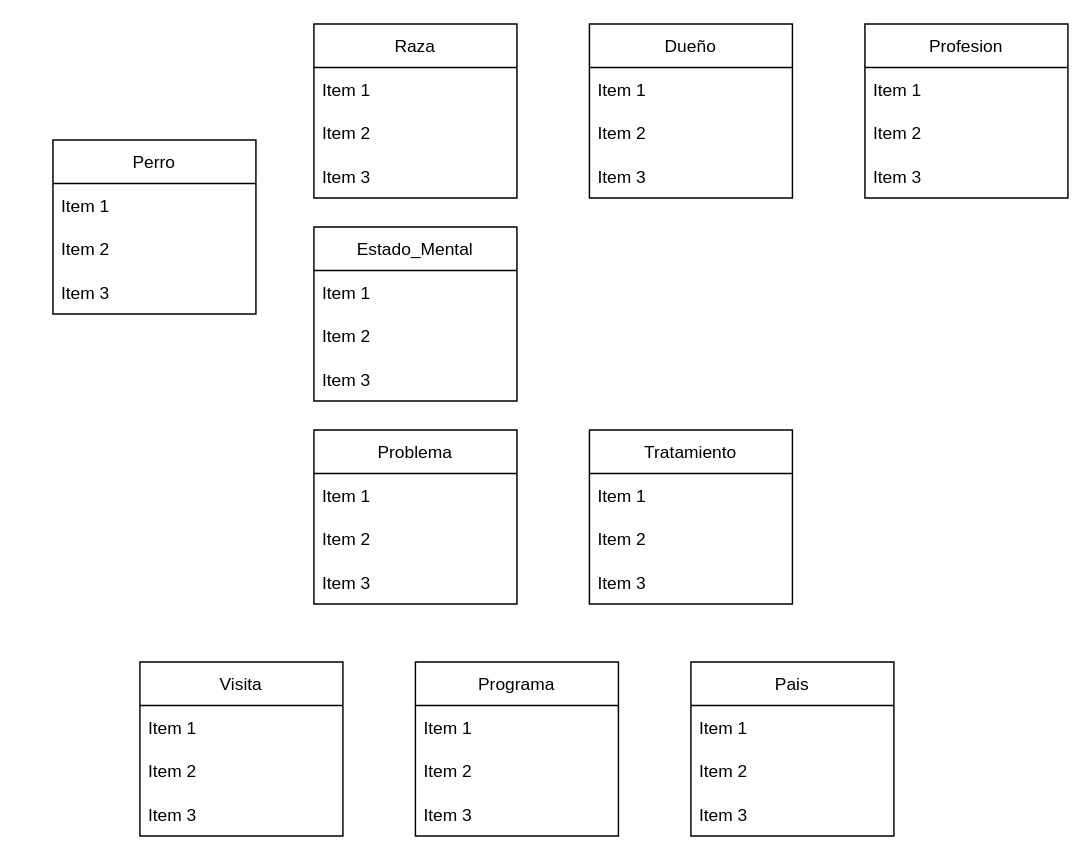
Earlier version of the draw.io diagram Untitled Diagram.drawio (RaulPX11/Ejemplo_1). Source tidied: cells renumbered, new cells numbered last; positions are measured from the earlier drawing's top-left corner, leaving out a move shared by most shapes. Both pictures are drawn from the tidied source at 145%, with x=0, y=0 at pixel (52, 23).
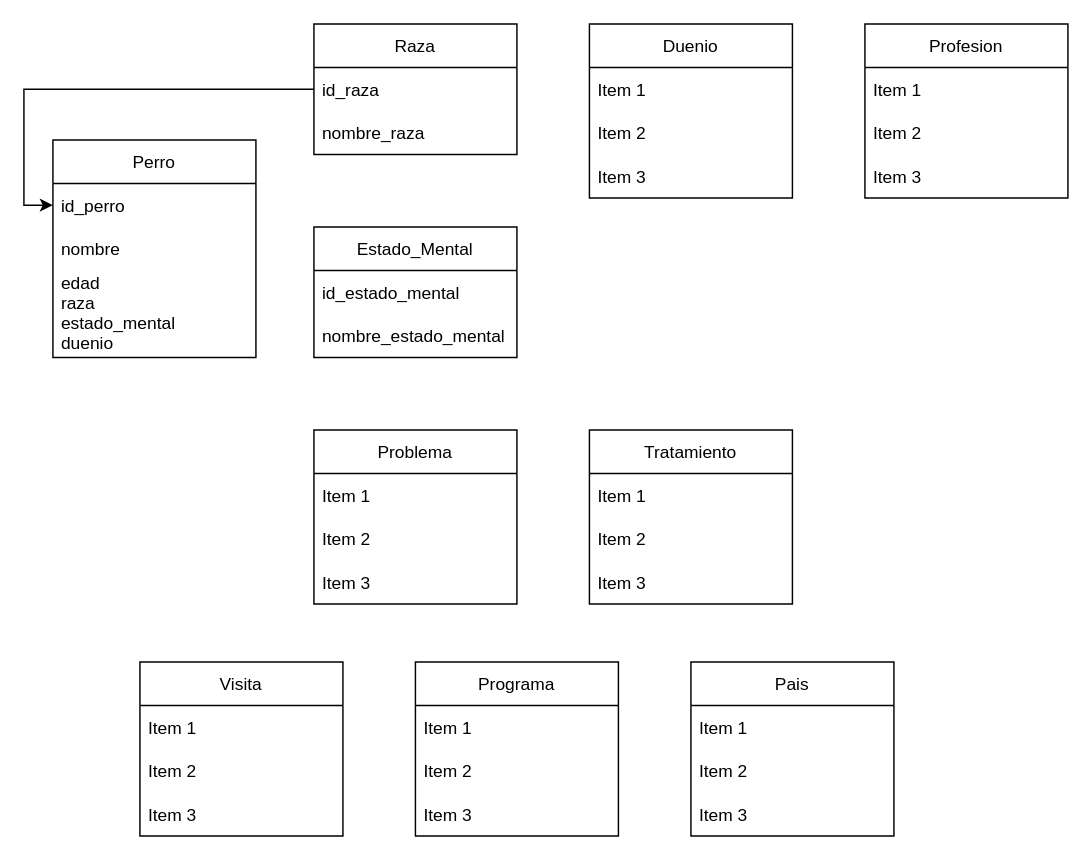
The same diagram, later.

What changed in the source:
```diff
@@
     <mxCell id="2" value="Perro" style="swimlane;fontStyle=0;horizontal=1;startSize=30;" parent="1" vertex="1">
-      <mxGeometry y="80" width="140" height="120" as="geometry" />
+      <mxGeometry y="80" width="140" height="150" as="geometry" />
     </mxCell>
-    <mxCell id="3" value="Item 1" style="text;strokeColor=none;fillColor=none;align=left;verticalAlign=middle;spacingLeft=4;spacingRight=4;overflow=hidden;points=[[0,0.5],[1,0.5]];portConstraint=eastwest;" parent="2" vertex="1">
+    <mxCell id="3" value="id_perro" style="text;strokeColor=none;fillColor=none;align=left;verticalAlign=middle;spacingLeft=4;spacingRight=4;overflow=hidden;points=[[0,0.5],[1,0.5]];portConstraint=eastwest;" parent="2" vertex="1">
       <mxGeometry y="30" width="140" height="30" as="geometry" />
     </mxCell>
-    <mxCell id="4" value="Item 2" style="text;strokeColor=none;fillColor=none;align=left;verticalAlign=middle;spacingLeft=4;spacingRight=4;overflow=hidden;" parent="2" vertex="1">
+    <mxCell id="4" value="nombre" style="text;strokeColor=none;fillColor=none;align=left;verticalAlign=middle;spacingLeft=4;spacingRight=4;overflow=hidden;" parent="2" vertex="1">
       <mxGeometry y="60" width="140" height="30" as="geometry" />
     </mxCell>
-    <mxCell id="5" value="Item 3" style="text;strokeColor=none;fillColor=none;align=left;verticalAlign=middle;spacingLeft=4;spacingRight=4;overflow=hidden;" parent="2" vertex="1">
-      <mxGeometry y="90" width="140" height="30" as="geometry" />
+    <mxCell id="5" value="edad&#10;raza&#10;estado_mental&#10;duenio&#10;" style="text;strokeColor=none;fillColor=none;align=left;verticalAlign=middle;spacingLeft=4;spacingRight=4;overflow=hidden;" parent="2" vertex="1">
+      <mxGeometry y="90" width="140" height="60" as="geometry" />
     </mxCell>
     <mxCell id="6" value="Raza" style="swimlane;fontStyle=0;horizontal=1;startSize=30;" parent="1" vertex="1">
-      <mxGeometry x="180" width="140" height="120" as="geometry" />
+      <mxGeometry x="180" width="140" height="90" as="geometry" />
     </mxCell>
-    <mxCell id="7" value="Item 1" style="text;strokeColor=none;fillColor=none;align=left;verticalAlign=middle;spacingLeft=4;spacingRight=4;overflow=hidden;points=[[0,0.5],[1,0.5]];portConstraint=eastwest;" parent="6" vertex="1">
+    <mxCell id="7" value="id_raza" style="text;strokeColor=none;fillColor=none;align=left;verticalAlign=middle;spacingLeft=4;spacingRight=4;overflow=hidden;points=[[0,0.5],[1,0.5]];portConstraint=eastwest;" parent="6" vertex="1">
       <mxGeometry y="30" width="140" height="30" as="geometry" />
     </mxCell>
-    <mxCell id="8" value="Item 2" style="text;strokeColor=none;fillColor=none;align=left;verticalAlign=middle;spacingLeft=4;spacingRight=4;overflow=hidden;" parent="6" vertex="1">
+    <mxCell id="8" value="nombre_raza" style="text;strokeColor=none;fillColor=none;align=left;verticalAlign=middle;spacingLeft=4;spacingRight=4;overflow=hidden;" parent="6" vertex="1">
       <mxGeometry y="60" width="140" height="30" as="geometry" />
     </mxCell>
-    <mxCell id="9" value="Item 3" style="text;strokeColor=none;fillColor=none;align=left;verticalAlign=middle;spacingLeft=4;spacingRight=4;overflow=hidden;" parent="6" vertex="1">
-      <mxGeometry y="90" width="140" height="30" as="geometry" />
-    </mxCell>
     <mxCell id="10" value="Estado_Mental" style="swimlane;fontStyle=0;horizontal=1;startSize=30;" parent="1" vertex="1">
-      <mxGeometry x="180" y="140" width="140" height="120" as="geometry" />
+      <mxGeometry x="180" y="140" width="140" height="90" as="geometry" />
     </mxCell>
-    <mxCell id="11" value="Item 1" style="text;strokeColor=none;fillColor=none;align=left;verticalAlign=middle;spacingLeft=4;spacingRight=4;overflow=hidden;" parent="10" vertex="1">
+    <mxCell id="11" value="id_estado_mental" style="text;strokeColor=none;fillColor=none;align=left;verticalAlign=middle;spacingLeft=4;spacingRight=4;overflow=hidden;" parent="10" vertex="1">
       <mxGeometry y="30" width="140" height="30" as="geometry" />
     </mxCell>
-    <mxCell id="12" value="Item 2" style="text;strokeColor=none;fillColor=none;align=left;verticalAlign=middle;spacingLeft=4;spacingRight=4;overflow=hidden;" parent="10" vertex="1">
+    <mxCell id="12" value="nombre_estado_mental" style="text;strokeColor=none;fillColor=none;align=left;verticalAlign=middle;spacingLeft=4;spacingRight=4;overflow=hidden;" parent="10" vertex="1">
       <mxGeometry y="60" width="140" height="30" as="geometry" />
     </mxCell>
-    <mxCell id="13" value="Item 3" style="text;strokeColor=none;fillColor=none;align=left;verticalAlign=middle;spacingLeft=4;spacingRight=4;overflow=hidden;" parent="10" vertex="1">
-      <mxGeometry y="90" width="140" height="30" as="geometry" />
-    </mxCell>
@@
-    <mxCell id="18" value="Dueño" style="swimlane;fontStyle=0;horizontal=1;startSize=30;" parent="1" vertex="1">
+    <mxCell id="18" value="Duenio" style="swimlane;fontStyle=0;horizontal=1;startSize=30;" parent="1" vertex="1">
       <mxGeometry x="370" width="140" height="120" as="geometry" />
     </mxCell>
@@
+    <mxCell id="42" style="edgeStyle=orthogonalEdgeStyle;rounded=0;jettySize=auto;html=1;exitX=0;exitY=0.5;exitDx=0;exitDy=0;entryX=0;entryY=0.5;entryDx=0;entryDy=0;" parent="1" edge="1" source="7" target="3">
+      <mxGeometry relative="1" as="geometry" />
+    </mxCell>
```
